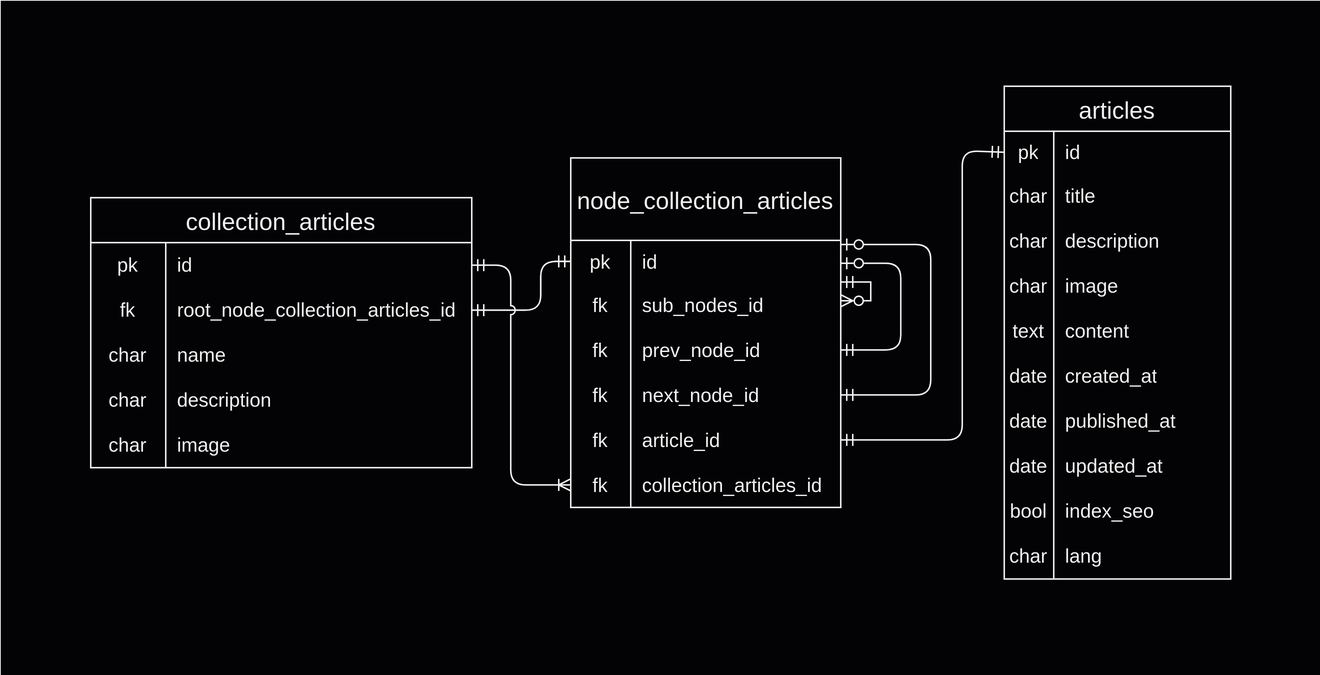
Earlier version of the draw.io export api/db-model-v1.png (gulybyte/gulybyte.github.io). Source tidied: cells renumbered, new cells last; positions are measured from the earlier drawing's top-left corner, leaving out a move shared by most shapes.
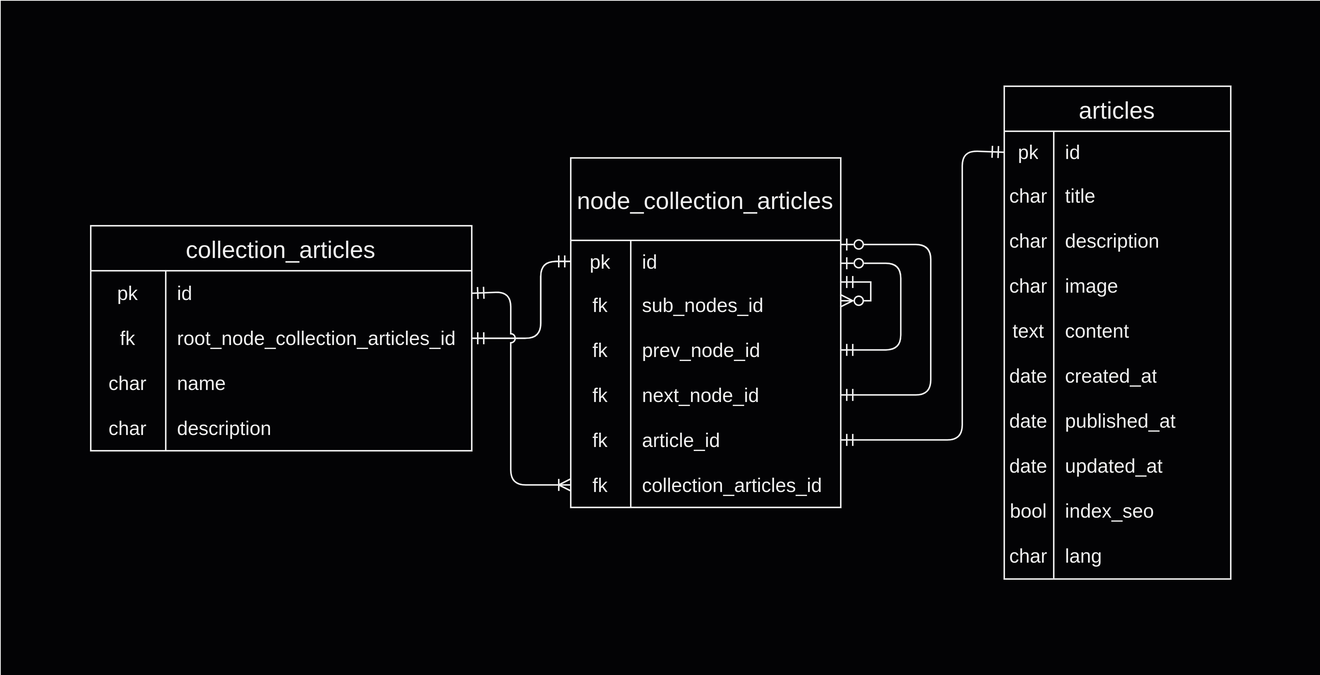
The same diagram one commit later.

Diff of the diagram source:
```diff
@@ -6,7 +6,7 @@
       <mxGeometry width="880" height="450" as="geometry" />
     </mxCell>
     <mxCell id="3" value="collection_articles" style="shape=table;startSize=30;rowLines=0;fontStyle=0;strokeColor=default;fontSize=16;fillColor=none;" parent="1" vertex="1">
-      <mxGeometry x="60" y="131.2" width="254" height="180" as="geometry" />
+      <mxGeometry x="60" y="150" width="254" height="150" as="geometry" />
     </mxCell>
     <mxCell id="4" style="shape=tableRow;horizontal=0;startSize=0;swimlaneHead=0;swimlaneBody=0;top=0;left=0;bottom=0;right=0;fillColor=none;points=[[0,0.5],[1,0.5]];portConstraint=eastwest;strokeColor=inherit;fontSize=13;" parent="3" vertex="1">
       <mxGeometry y="30" width="254" height="30" as="geometry" />
@@ -44,19 +44,10 @@
     <mxCell id="15" value="description" style="shape=partialRectangle;html=1;whiteSpace=wrap;fillColor=none;top=0;left=0;bottom=0;right=0;align=left;spacingLeft=6;overflow=hidden;strokeColor=inherit;fontSize=13;" parent="13" vertex="1">
       <mxGeometry x="50" width="204" height="30" as="geometry" />
     </mxCell>
-    <mxCell id="16" style="shape=tableRow;horizontal=0;startSize=0;swimlaneHead=0;swimlaneBody=0;top=0;left=0;bottom=0;right=0;fillColor=none;strokeColor=inherit;fontSize=13;" parent="3" vertex="1">
-      <mxGeometry y="150" width="254" height="30" as="geometry" />
-    </mxCell>
-    <mxCell id="17" value="char" style="shape=partialRectangle;html=1;whiteSpace=wrap;fillColor=none;top=0;left=0;bottom=0;right=0;overflow=hidden;strokeColor=inherit;fontSize=13;" parent="16" vertex="1">
-      <mxGeometry width="50" height="30" as="geometry" />
-    </mxCell>
-    <mxCell id="18" value="image" style="shape=partialRectangle;html=1;whiteSpace=wrap;fillColor=none;top=0;left=0;bottom=0;right=0;align=left;spacingLeft=6;overflow=hidden;strokeColor=inherit;fontSize=13;" parent="16" vertex="1">
-      <mxGeometry x="50" width="204" height="30" as="geometry" />
-    </mxCell>
     <mxCell id="19" style="edgeStyle=orthogonalEdgeStyle;rounded=1;jettySize=auto;html=1;exitX=1;exitY=0.5;exitDx=0;exitDy=0;startArrow=ERmandOne;startFill=0;endArrow=ERmandOne;endFill=0;entryX=0;entryY=0.5;entryDx=0;entryDy=0;curved=0;fontSize=13;" parent="1" edge="1" source="7" target="52">
       <mxGeometry relative="1" as="geometry">
         <Array as="points">
-          <mxPoint x="360" y="206" />
+          <mxPoint x="360" y="225" />
           <mxPoint x="360" y="174" />
           <mxPoint x="380" y="174" />
         </Array>
@@ -253,7 +244,8 @@
       <mxGeometry relative="1" as="geometry">
         <Array as="points">
           <mxPoint x="340" y="323" />
-          <mxPoint x="340" y="176" />
+          <mxPoint x="340" y="194" />
+          <mxPoint x="314" y="194" />
         </Array>
       </mxGeometry>
     </mxCell>
```
